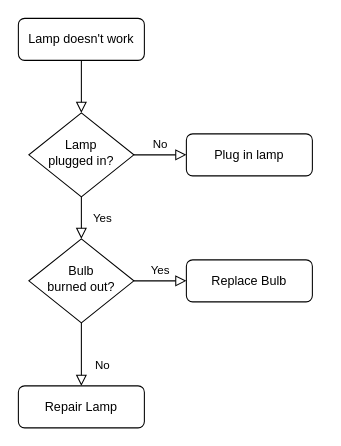
Above: 未命名绘图.drawio in personqianduixue/test (draw.io), before the change. Source tidied: cells renumbered, new cells numbered last; positions are measured from the earlier drawing's top-left corner, leaving out a move shared by most shapes. Both pictures are drawn from the tidied source at 105%, with x=0, y=0 at pixel (18, 18).
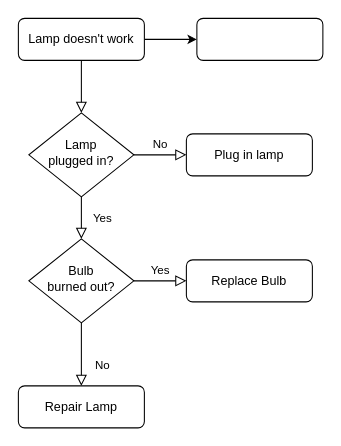
The same diagram, later.

Commit message:
更新未命名绘图.drawio

Change to the diagram source:
```diff
@@
 <mxGraphModel>
   <root>
     <mxCell id="0" />
     <mxCell id="1" parent="0" />
     <mxCell id="2" style="rounded=0;html=1;jettySize=auto;fontSize=11;endArrow=block;endFill=0;endSize=8;strokeWidth=1;shadow=0;labelBackgroundColor=none;edgeStyle=orthogonalEdgeStyle;" parent="1" edge="1" source="3" target="6">
       <mxGeometry relative="1" as="geometry" />
     </mxCell>
+    <mxCell id="13" style="edgeStyle=orthogonalEdgeStyle;rounded=0;jettySize=auto;html=1;" parent="1" edge="1" source="3" target="14">
+      <mxGeometry relative="1" as="geometry" />
+    </mxCell>
     <mxCell id="3" value="Lamp doesn't work" style="rounded=1;whiteSpace=wrap;html=1;fontSize=12;glass=0;strokeWidth=1;shadow=0;" parent="1" vertex="1">
       <mxGeometry width="120" height="40" as="geometry" />
     </mxCell>
     <mxCell id="4" value="Yes" style="rounded=0;html=1;jettySize=auto;fontSize=11;endArrow=block;endFill=0;endSize=8;strokeWidth=1;shadow=0;labelBackgroundColor=none;edgeStyle=orthogonalEdgeStyle;" parent="1" edge="1" source="6" target="10">
       <mxGeometry y="20" relative="1" as="geometry" />
     </mxCell>
     <mxCell id="5" value="No" style="edgeStyle=orthogonalEdgeStyle;rounded=0;html=1;jettySize=auto;fontSize=11;endArrow=block;endFill=0;endSize=8;strokeWidth=1;shadow=0;labelBackgroundColor=none;" parent="1" edge="1" source="6" target="7">
       <mxGeometry y="10" relative="1" as="geometry" />
     </mxCell>
     <mxCell id="6" value="Lamp&lt;br&gt;plugged in?" style="rhombus;whiteSpace=wrap;html=1;shadow=0;fontFamily=Helvetica;fontSize=12;align=center;strokeWidth=1;spacing=6;spacingTop=-4;" parent="1" vertex="1">
       <mxGeometry x="10" y="90" width="100" height="80" as="geometry" />
     </mxCell>
     <mxCell id="7" value="Plug in lamp" style="rounded=1;whiteSpace=wrap;html=1;fontSize=12;glass=0;strokeWidth=1;shadow=0;" parent="1" vertex="1">
       <mxGeometry x="160" y="110" width="120" height="40" as="geometry" />
     </mxCell>
     <mxCell id="8" value="No" style="rounded=0;html=1;jettySize=auto;fontSize=11;endArrow=block;endFill=0;endSize=8;strokeWidth=1;shadow=0;labelBackgroundColor=none;edgeStyle=orthogonalEdgeStyle;" parent="1" edge="1" source="10" target="11">
       <mxGeometry x="0.33" y="20" relative="1" as="geometry" />
     </mxCell>
     <mxCell id="9" value="Yes" style="edgeStyle=orthogonalEdgeStyle;rounded=0;html=1;jettySize=auto;fontSize=11;endArrow=block;endFill=0;endSize=8;strokeWidth=1;shadow=0;labelBackgroundColor=none;" parent="1" edge="1" source="10" target="12">
       <mxGeometry y="10" relative="1" as="geometry" />
     </mxCell>
     <mxCell id="10" value="Bulb&lt;br&gt;burned out?" style="rhombus;whiteSpace=wrap;html=1;shadow=0;fontFamily=Helvetica;fontSize=12;align=center;strokeWidth=1;spacing=6;spacingTop=-4;" parent="1" vertex="1">
       <mxGeometry x="10" y="210" width="100" height="80" as="geometry" />
     </mxCell>
     <mxCell id="11" value="Repair Lamp" style="rounded=1;whiteSpace=wrap;html=1;fontSize=12;glass=0;strokeWidth=1;shadow=0;" parent="1" vertex="1">
       <mxGeometry y="350" width="120" height="40" as="geometry" />
     </mxCell>
     <mxCell id="12" value="Replace Bulb" style="rounded=1;whiteSpace=wrap;html=1;fontSize=12;glass=0;strokeWidth=1;shadow=0;" parent="1" vertex="1">
       <mxGeometry x="160" y="230" width="120" height="40" as="geometry" />
     </mxCell>
+    <mxCell id="14" style="whiteSpace=wrap;html=1;rounded=1;glass=0;strokeWidth=1;shadow=0;" parent="1" vertex="1">
+      <mxGeometry x="170" width="120" height="40" as="geometry" />
+    </mxCell>
   </root>
 </mxGraphModel>
```
